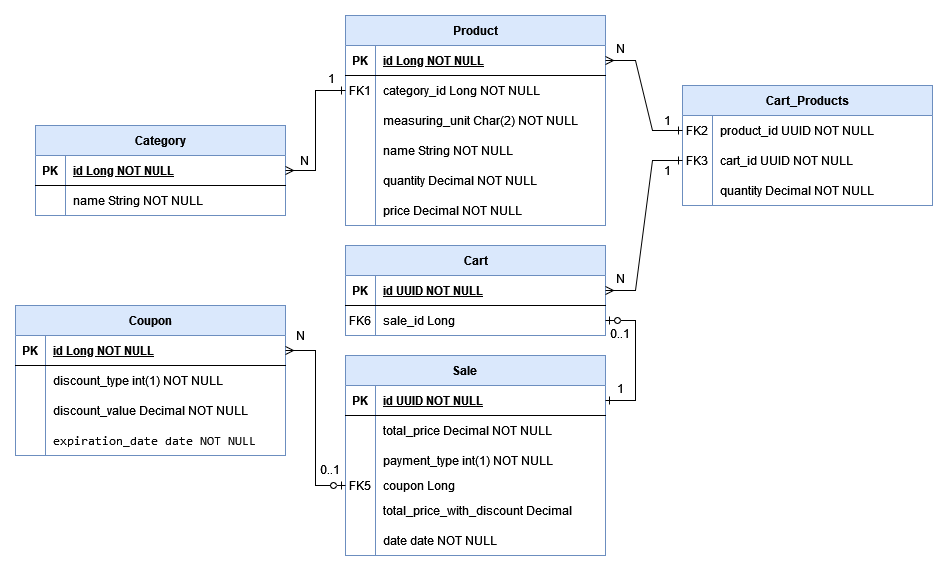
The draw.io diagram assets/JuMarket.png in DiegoCotta/tqi_Kotlin_backend_developer_2023, before a commit. Source tidied: cells renumbered, new cells last; positions are measured from the earlier drawing's top-left corner, leaving out a move shared by most shapes.
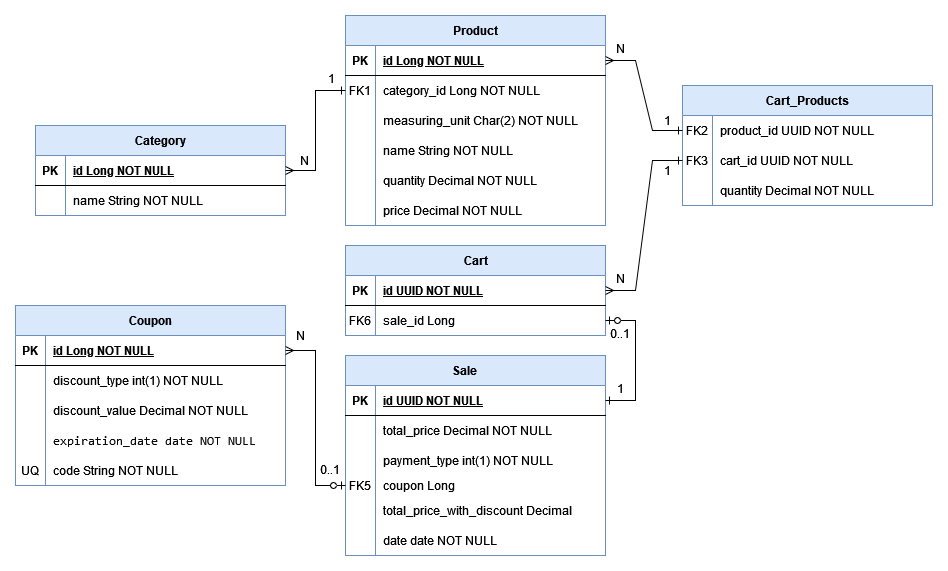
After the change.

The edit, as a diff of the source:
```diff
@@ -198,7 +198,7 @@
       <mxGeometry x="30" width="230" height="30" as="geometry" />
     </mxCell>
     <mxCell id="67" value="Coupon" style="shape=table;startSize=30;rowLines=0;fontStyle=1;align=center;html=1;fillColor=#dae8fc;strokeColor=#6c8ebf;" parent="1" vertex="1">
-      <mxGeometry y="290" width="270" height="150" as="geometry" />
+      <mxGeometry y="290" width="270" height="180" as="geometry" />
     </mxCell>
     <mxCell id="68" style="shape=tableRow;horizontal=0;startSize=0;swimlaneHead=0;swimlaneBody=0;fillColor=none;points=[[0,0.5],[1,0.5]];portConstraint=eastwest;top=0;left=0;right=0;bottom=1;" parent="67" vertex="1">
       <mxGeometry y="30" width="270" height="30" as="geometry" />
@@ -236,6 +236,15 @@
     <mxCell id="79" value="&lt;div style=&quot;background-color: rgb(255, 255, 255); color: rgb(8, 8, 8); font-family: &amp;quot;JetBrains Mono&amp;quot;, monospace;&quot;&gt;expiration_date date NOT NULL&lt;/div&gt;" style="shape=partialRectangle;fillColor=none;top=0;left=0;bottom=0;right=0;align=left;spacingLeft=6;overflow=hidden;whiteSpace=wrap;html=1;" parent="77" vertex="1">
       <mxGeometry x="30" width="240" height="30" as="geometry" />
     </mxCell>
+    <mxCell id="92" style="shape=tableRow;horizontal=0;startSize=0;swimlaneHead=0;swimlaneBody=0;fillColor=none;top=0;left=0;right=0;bottom=0;" parent="67" vertex="1">
+      <mxGeometry y="150" width="270" height="30" as="geometry" />
+    </mxCell>
+    <mxCell id="93" value="UQ" style="shape=partialRectangle;fillColor=none;top=0;left=0;bottom=0;right=0;overflow=hidden;whiteSpace=wrap;html=1;" parent="92" vertex="1">
+      <mxGeometry width="30" height="30" as="geometry" />
+    </mxCell>
+    <mxCell id="94" value="code String NOT NULL" style="shape=partialRectangle;fillColor=none;top=0;left=0;bottom=0;right=0;align=left;spacingLeft=6;overflow=hidden;whiteSpace=wrap;html=1;" parent="92" vertex="1">
+      <mxGeometry x="30" width="240" height="30" as="geometry" />
+    </mxCell>
     <mxCell id="80" value="1" style="text;html=1;align=center;verticalAlign=middle;strokeColor=none;fillColor=none;" parent="1" vertex="1">
       <mxGeometry x="301" y="48" width="30" height="30" as="geometry" />
     </mxCell>
```
